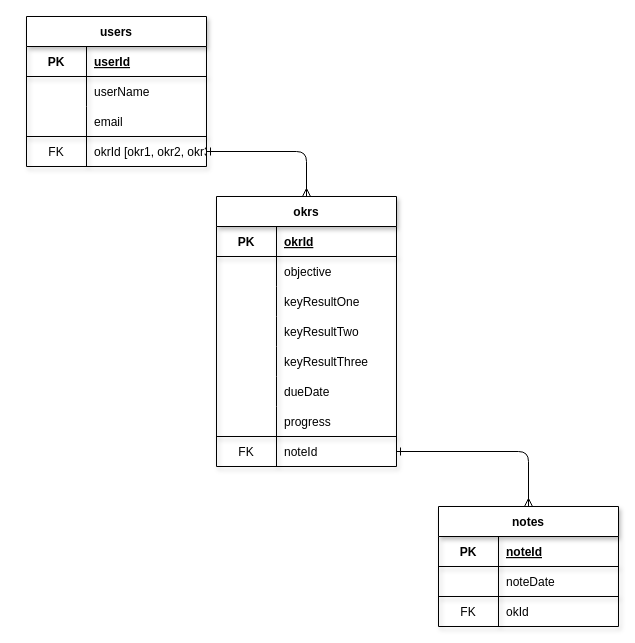
This is erd.drawio from lvlivingston/goalkr, a draw.io file, before an edit. Source tidied: cells renumbered, new cells numbered last; positions are measured from the earlier drawing's top-left corner, leaving out a move shared by most shapes. Both pictures are drawn from the tidied source at 100%, with x=0, y=0 at pixel (26, 16).
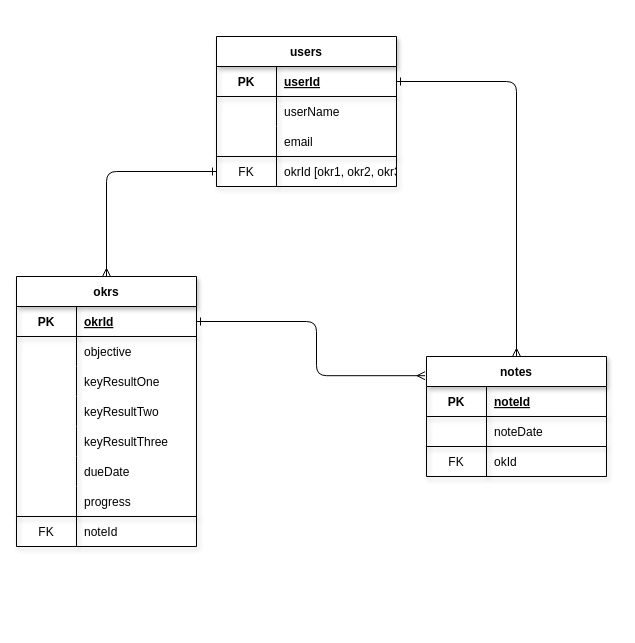
Above is the later version.

Unchanged cells that the change refers to:
```xml
<mxCell id="14" style="shape=tableRow;horizontal=0;startSize=0;swimlaneHead=0;swimlaneBody=0;fillColor=none;points=[[0,0.5],[1,0.5]];portConstraint=eastwest;top=0;left=0;right=0;bottom=1;shadow=1;" parent="13" vertex="1">
  <mxGeometry y="30" width="180" height="30" as="geometry" />
</mxCell>
<mxCell id="23" style="shape=tableRow;horizontal=0;startSize=0;swimlaneHead=0;swimlaneBody=0;fillColor=none;points=[[0,0.5],[1,0.5]];portConstraint=eastwest;top=0;left=0;right=0;bottom=0;shadow=1;" parent="13" vertex="1">
  <mxGeometry y="120" width="180" height="30" as="geometry" />
</mxCell>
<mxCell id="28" style="shape=tableRow;horizontal=0;startSize=0;swimlaneHead=0;swimlaneBody=0;fillColor=none;points=[[0,0.5],[1,0.5]];portConstraint=eastwest;top=0;left=0;right=0;bottom=1;shadow=1;" parent="27" vertex="1">
  <mxGeometry y="30" width="180" height="30" as="geometry" />
</mxCell>
<mxCell id="49" style="shape=tableRow;horizontal=0;startSize=0;swimlaneHead=0;swimlaneBody=0;fillColor=none;points=[[0,0.5],[1,0.5]];portConstraint=eastwest;top=0;left=0;right=0;bottom=0;shadow=1;" parent="27" vertex="1">
  <mxGeometry y="240" width="180" height="30" as="geometry" />
</mxCell>
```

Change to the diagram source:
```diff
@@
-    <mxCell id="2" style="edgeStyle=elbowEdgeStyle;html=1;startArrow=ERone;startFill=0;endArrow=ERmany;endFill=0;exitX=1;exitY=0.5;exitDx=0;exitDy=0;entryX=0.5;entryY=0;entryDx=0;entryDy=0;" parent="1" edge="1" source="23" target="27">
+    <mxCell id="2" style="edgeStyle=elbowEdgeStyle;html=1;startArrow=ERone;startFill=0;endArrow=ERmany;endFill=0;exitX=0;exitY=0.5;exitDx=0;exitDy=0;entryX=0.5;entryY=0;entryDx=0;entryDy=0;" parent="1" edge="1" source="23" target="27">
       <mxGeometry relative="1" as="geometry">
         <Array as="points">
-          <mxPoint x="280" y="160" />
+          <mxPoint x="80" y="230" />
         </Array>
       </mxGeometry>
     </mxCell>
     <mxCell id="3" value="notes" style="shape=table;startSize=30;childLayout=tableLayout;rowLines=0;fontStyle=1;align=center;shadow=1;" parent="1" vertex="1">
-      <mxGeometry x="412" y="490" width="180" height="120" as="geometry" />
+      <mxGeometry x="400" y="340" width="180" height="120" as="geometry" />
     </mxCell>
@@
     <mxCell id="13" value="users" style="shape=table;startSize=30;childLayout=tableLayout;rowLines=0;fontStyle=1;align=center;shadow=1;" parent="1" vertex="1">
-      <mxGeometry width="180" height="150" as="geometry" />
+      <mxGeometry x="190" y="20" width="180" height="150" as="geometry" />
     </mxCell>
@@
-    <mxCell id="26" style="edgeStyle=elbowEdgeStyle;html=1;startArrow=ERone;startFill=0;endArrow=ERmany;endFill=0;exitX=1;exitY=0.5;exitDx=0;exitDy=0;entryX=0.5;entryY=0;entryDx=0;entryDy=0;" parent="1" edge="1" source="49" target="3">
+    <mxCell id="26" style="edgeStyle=elbowEdgeStyle;html=1;startArrow=ERone;startFill=0;endArrow=ERmany;endFill=0;exitX=1;exitY=0.5;exitDx=0;exitDy=0;entryX=0.5;entryY=0;entryDx=0;entryDy=0;" parent="1" edge="1" source="14" target="3">
       <mxGeometry relative="1" as="geometry">
         <Array as="points">
-          <mxPoint x="502" y="530" />
+          <mxPoint x="490" y="70" />
         </Array>
       </mxGeometry>
     </mxCell>
     <mxCell id="27" value="okrs" style="shape=table;startSize=30;childLayout=tableLayout;rowLines=0;fontStyle=1;align=center;shadow=1;" parent="1" vertex="1">
-      <mxGeometry x="190" y="180" width="180" height="270" as="geometry" />
+      <mxGeometry x="-10" y="260" width="180" height="270" as="geometry" />
     </mxCell>
@@
+    <mxCell id="52" style="edgeStyle=elbowEdgeStyle;html=1;startArrow=ERone;startFill=0;endArrow=ERmany;endFill=0;exitX=1;exitY=0.5;exitDx=0;exitDy=0;entryX=-0.008;entryY=0.16;entryDx=0;entryDy=0;entryPerimeter=0;" parent="1" edge="1" source="28" target="3">
+      <mxGeometry relative="1" as="geometry">
+        <Array as="points">
+          <mxPoint x="290" y="330" />
+        </Array>
+      </mxGeometry>
+    </mxCell>
```
